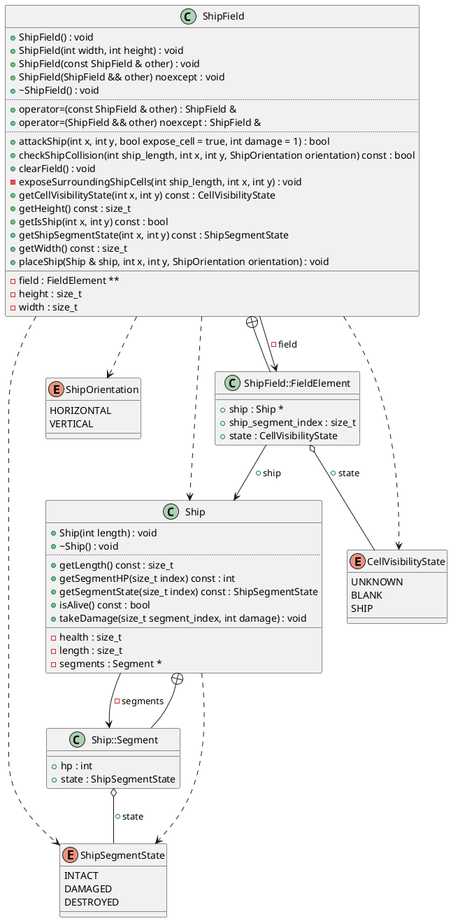
This is diagrams/ShipField.png from Rennelv/ships, a PlantUML export, as it was before one commit. Source of this version:
```plantuml
@startuml
enum "ShipSegmentState" as C_0014256742677139282670
enum C_0014256742677139282670 {
INTACT
DAMAGED
DESTROYED
}
enum "ShipOrientation" as C_0002579181642537833876
enum C_0002579181642537833876 {
HORIZONTAL
VERTICAL
}
enum "CellVisibilityState" as C_0003333043679234439357
enum C_0003333043679234439357 {
UNKNOWN
BLANK
SHIP
}
class "Ship" as C_0014529657433315016423
class C_0014529657433315016423 {
+Ship(int length) : void
+~Ship() : void
..
+getLength() const : size_t
+getSegmentHP(size_t index) const : int
+getSegmentState(size_t index) const : ShipSegmentState
+isAlive() const : bool
+takeDamage(size_t segment_index, int damage) : void
__
-health : size_t
-length : size_t
-segments : Segment *
}
class "Ship::Segment" as C_0000674658759292391449
class C_0000674658759292391449 {
__
+hp : int
+state : ShipSegmentState
}
class "ShipField" as C_0003843296779074973901
class C_0003843296779074973901 {
+ShipField() : void
+ShipField(int width, int height) : void
+ShipField(const ShipField & other) : void
+ShipField(ShipField && other) noexcept : void
+~ShipField() : void
..
+operator=(const ShipField & other) : ShipField &
+operator=(ShipField && other) noexcept : ShipField &
..
+attackShip(int x, int y, bool expose_cell = true, int damage = 1) : bool
+checkShipCollision(int ship_length, int x, int y, ShipOrientation orientation) const : bool
+clearField() : void
-exposeSurroundingShipCells(int ship_length, int x, int y) : void
+getCellVisibilityState(int x, int y) const : CellVisibilityState
+getHeight() const : size_t
+getIsShip(int x, int y) const : bool
+getShipSegmentState(int x, int y) const : ShipSegmentState
+getWidth() const : size_t
+placeShip(Ship & ship, int x, int y, ShipOrientation orientation) : void
__
-field : FieldElement **
-height : size_t
-width : size_t
}
class "ShipField::FieldElement" as C_0000316359785794417378
class C_0000316359785794417378 {
__
+ship : Ship *
+ship_segment_index : size_t
+state : CellVisibilityState
}
C_0014529657433315016423 ..> C_0014256742677139282670
C_0014529657433315016423 --> C_0000674658759292391449 : -segments
C_0000674658759292391449 --+ C_0014529657433315016423
C_0000674658759292391449 o-- C_0014256742677139282670 : +state
C_0003843296779074973901 ..> C_0002579181642537833876
C_0003843296779074973901 ..> C_0003333043679234439357
C_0003843296779074973901 ..> C_0014256742677139282670
C_0003843296779074973901 ..> C_0014529657433315016423
C_0003843296779074973901 --> C_0000316359785794417378 : -field
C_0000316359785794417378 --+ C_0003843296779074973901
C_0000316359785794417378 o-- C_0003333043679234439357 : +state
C_0000316359785794417378 --> C_0014529657433315016423 : +ship

@enduml
```
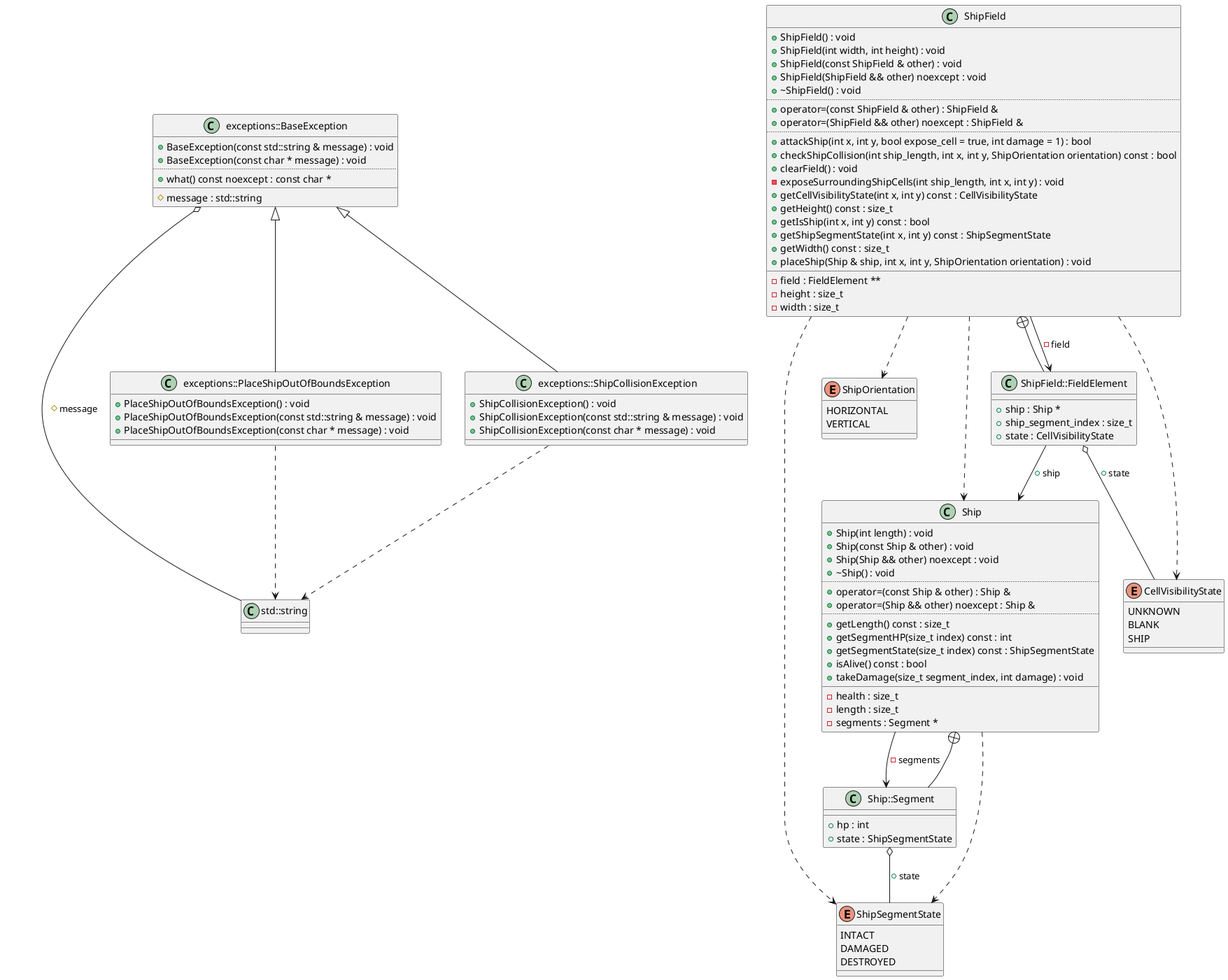
After the change.

Diff of the diagram source:
```diff
@@ -1,4 +1,8 @@
 @startuml
+class "std::string" as C_0001275076681856179721
+class C_0001275076681856179721 {
+__
+}
 enum "ShipSegmentState" as C_0014256742677139282670
 enum C_0014256742677139282670 {
 INTACT
@@ -19,7 +23,12 @@
 class "Ship" as C_0014529657433315016423
 class C_0014529657433315016423 {
 +Ship(int length) : void
++Ship(const Ship & other) : void
++Ship(Ship && other) noexcept : void
 +~Ship() : void
+..
++operator=(const Ship & other) : Ship &
++operator=(Ship && other) noexcept : Ship &
 ..
 +getLength() const : size_t
 +getSegmentHP(size_t index) const : int
@@ -70,6 +79,29 @@
 +ship_segment_index : size_t
 +state : CellVisibilityState
 }
+class "exceptions::BaseException" as C_0010866204493294675298
+class C_0010866204493294675298 {
++BaseException(const std::string & message) : void
++BaseException(const char * message) : void
+..
++what() const noexcept : const char *
+__
+#message : std::string
+}
+class "exceptions::PlaceShipOutOfBoundsException" as C_0009044063635314502983
+class C_0009044063635314502983 {
++PlaceShipOutOfBoundsException() : void
++PlaceShipOutOfBoundsException(const std::string & message) : void
++PlaceShipOutOfBoundsException(const char * message) : void
+__
+}
+class "exceptions::ShipCollisionException" as C_0005819130468169833287
+class C_0005819130468169833287 {
++ShipCollisionException() : void
++ShipCollisionException(const std::string & message) : void
++ShipCollisionException(const char * message) : void
+__
+}
 C_0014529657433315016423 ..> C_0014256742677139282670
 C_0014529657433315016423 --> C_0000674658759292391449 : -segments
 C_0000674658759292391449 --+ C_0014529657433315016423
@@ -82,5 +114,12 @@
 C_0000316359785794417378 --+ C_0003843296779074973901
 C_0000316359785794417378 o-- C_0003333043679234439357 : +state
 C_0000316359785794417378 --> C_0014529657433315016423 : +ship
+C_0010866204493294675298 o-- C_0001275076681856179721 : #message
+C_0009044063635314502983 ..> C_0001275076681856179721
+C_0010866204493294675298 <|-- C_0009044063635314502983
+
+C_0005819130468169833287 ..> C_0001275076681856179721
+C_0010866204493294675298 <|-- C_0005819130468169833287
+
 
 @enduml
```
